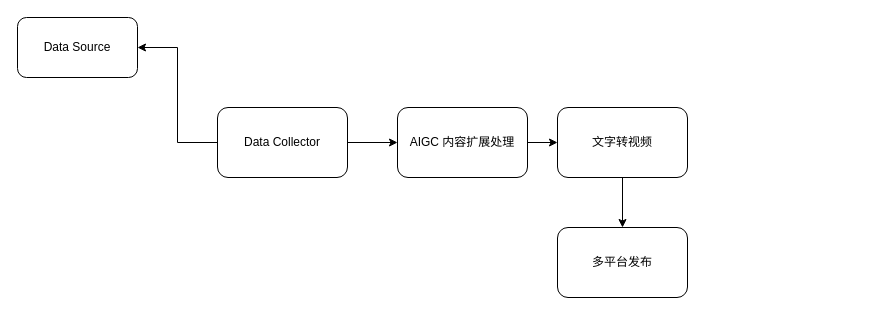
GitHeP/diagrams keeps this draw.io diagram as DevX/AIGC应用.drawio. Above is the earlier version. Source tidied: cells renumbered, new cells numbered last; positions are measured from the earlier drawing's top-left corner, leaving out a move shared by most shapes. Both pictures are drawn from the tidied source at 100%, with x=0, y=0 at pixel (17, 17).
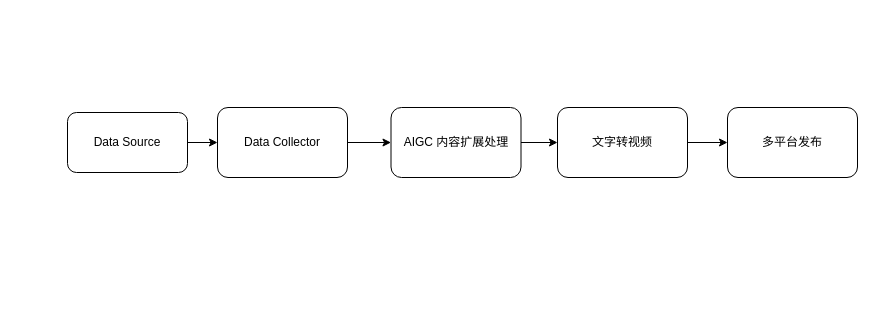
The same page after the edit.

What changed in the source:
```diff
@@
 <mxGraphModel>
   <root>
     <mxCell id="0" />
     <mxCell id="1" parent="0" />
-    <mxCell id="2" style="edgeStyle=orthogonalEdgeStyle;rounded=0;jettySize=auto;html=1;entryX=1;entryY=0.5;entryDx=0;entryDy=0;" parent="1" edge="1" source="4" target="5">
-      <mxGeometry relative="1" as="geometry" />
-    </mxCell>
     <mxCell id="3" style="edgeStyle=orthogonalEdgeStyle;rounded=0;jettySize=auto;html=1;entryX=0;entryY=0.5;entryDx=0;entryDy=0;" parent="1" edge="1" source="4" target="7">
       <mxGeometry relative="1" as="geometry" />
     </mxCell>
     <mxCell id="4" value="Data Collector" style="rounded=1;whiteSpace=wrap;html=1;" parent="1" vertex="1">
       <mxGeometry x="200" y="90" width="130" height="70" as="geometry" />
     </mxCell>
+    <mxCell id="11" style="edgeStyle=orthogonalEdgeStyle;rounded=0;jettySize=auto;html=1;entryX=0;entryY=0.5;entryDx=0;entryDy=0;" parent="1" edge="1" source="5" target="4">
+      <mxGeometry relative="1" as="geometry" />
+    </mxCell>
     <mxCell id="5" value="Data Source" style="rounded=1;whiteSpace=wrap;html=1;" parent="1" vertex="1">
-      <mxGeometry width="120" height="60" as="geometry" />
+      <mxGeometry x="50" y="95" width="120" height="60" as="geometry" />
     </mxCell>
     <mxCell id="6" style="edgeStyle=orthogonalEdgeStyle;rounded=0;jettySize=auto;html=1;" parent="1" edge="1" source="7" target="9">
       <mxGeometry relative="1" as="geometry" />
     </mxCell>
     <mxCell id="7" value="AIGC 内容扩展处理" style="rounded=1;whiteSpace=wrap;html=1;" parent="1" vertex="1">
-      <mxGeometry x="380" y="90" width="130" height="70" as="geometry" />
+      <mxGeometry x="373.5" y="90" width="130" height="70" as="geometry" />
     </mxCell>
     <mxCell id="8" style="edgeStyle=orthogonalEdgeStyle;rounded=0;jettySize=auto;html=1;" parent="1" edge="1" source="9" target="10">
       <mxGeometry relative="1" as="geometry" />
     </mxCell>
     <mxCell id="9" value="文字转视频" style="rounded=1;whiteSpace=wrap;html=1;" parent="1" vertex="1">
       <mxGeometry x="540" y="90" width="130" height="70" as="geometry" />
     </mxCell>
     <mxCell id="10" value="多平台发布" style="rounded=1;whiteSpace=wrap;html=1;" parent="1" vertex="1">
-      <mxGeometry x="540" y="210" width="130" height="70" as="geometry" />
+      <mxGeometry x="710" y="90" width="130" height="70" as="geometry" />
     </mxCell>
   </root>
 </mxGraphModel>
```
